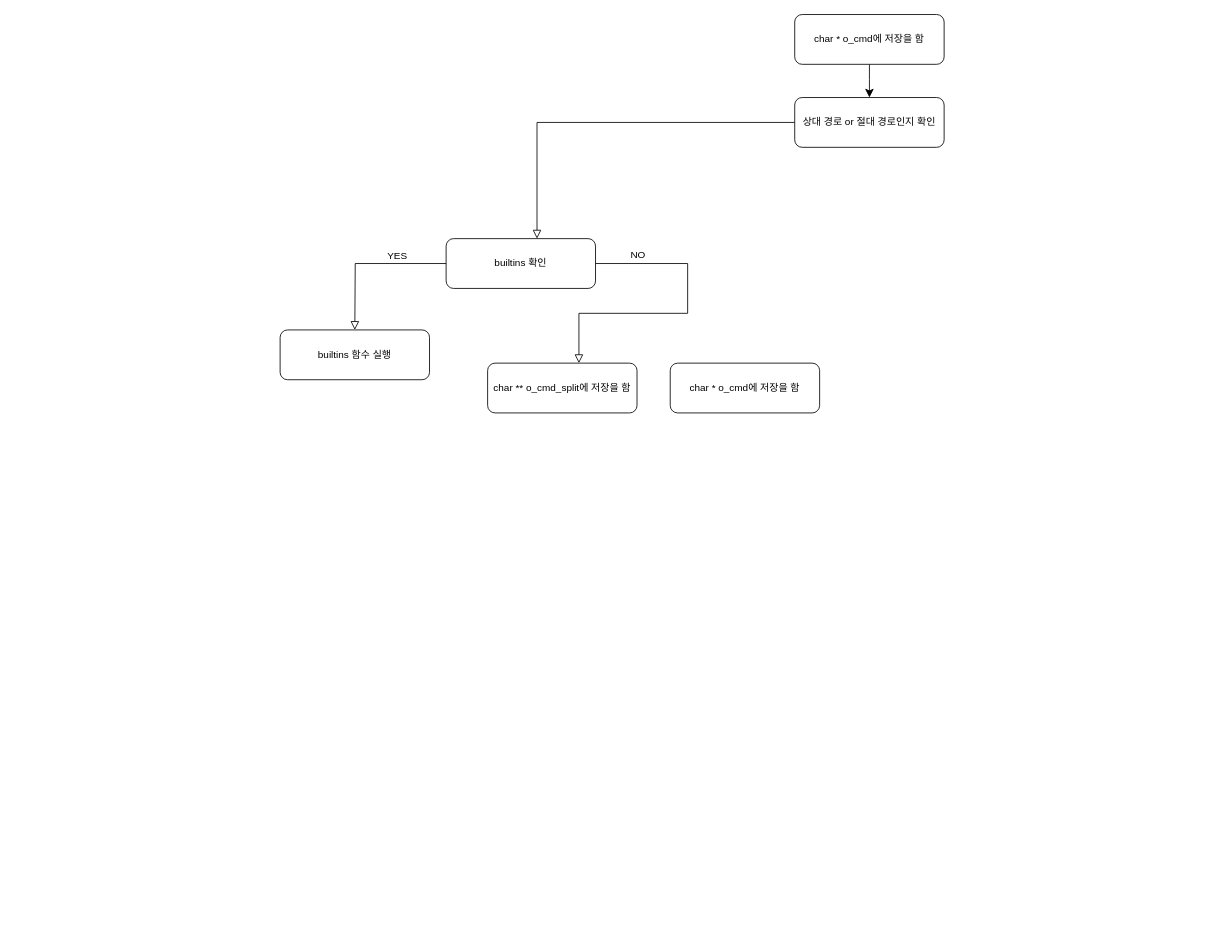
Above: Flowchart/Untitled Diagram.drawio in jae-mini-00/42 (draw.io), before the change. Source tidied: cells renumbered, new cells numbered last; positions are measured from the earlier drawing's top-left corner, leaving out a move shared by most shapes. Both pictures are drawn from the tidied source at 83%, with x=0, y=0 at pixel (280, 14).
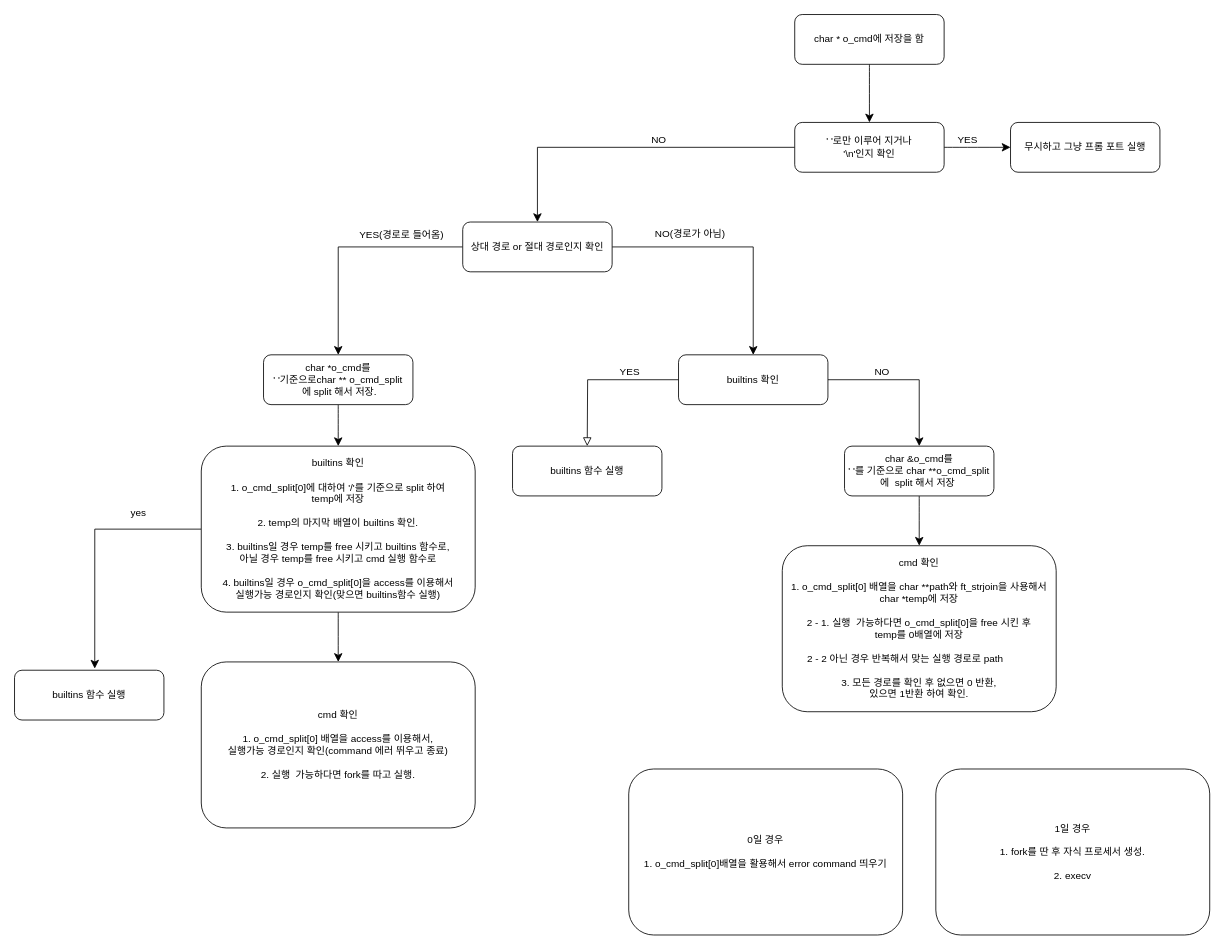
The same page after the edit.

Unchanged cells that the change refers to:
```xml
<mxCell id="3" value="char * o_cmd에 저장을 함" style="rounded=1;whiteSpace=wrap;html=1;fontSize=12;glass=0;strokeWidth=1;shadow=0;" parent="1" vertex="1">
  <mxGeometry x="620" width="180" height="60" as="geometry" />
</mxCell>
```

Diff of the diagram source:
```diff
@@
-    <mxCell id="2" style="edgeStyle=none;curved=1;rounded=0;jettySize=auto;html=1;fontSize=12;startSize=8;endSize=8;" parent="1" edge="1" source="3" target="13">
-      <mxGeometry relative="1" as="geometry" />
-    </mxCell>
+    <mxCell id="14" style="edgeStyle=none;curved=1;rounded=0;jettySize=auto;html=1;entryX=0.5;entryY=0;entryDx=0;entryDy=0;fontSize=12;startSize=8;endSize=8;" parent="1" edge="1" source="3" target="36">
+      <mxGeometry relative="1" as="geometry" />
+    </mxCell>
@@
-    <mxCell id="4" value="char ** o_cmd_split에 저장을 함" style="rounded=1;whiteSpace=wrap;html=1;fontSize=12;glass=0;strokeWidth=1;shadow=0;" parent="1" vertex="1">
-      <mxGeometry x="250" y="420" width="180" height="60" as="geometry" />
-    </mxCell>
-    <mxCell id="5" value="char * o_cmd에 저장을 함" style="rounded=1;whiteSpace=wrap;html=1;fontSize=12;glass=0;strokeWidth=1;shadow=0;" parent="1" vertex="1">
-      <mxGeometry x="470" y="420" width="180" height="60" as="geometry" />
-    </mxCell>
+    <mxCell id="15" style="edgeStyle=orthogonalEdgeStyle;rounded=0;jettySize=auto;html=1;fontSize=12;startSize=8;endSize=8;strokeColor=default;entryX=0.537;entryY=-0.033;entryDx=0;entryDy=0;entryPerimeter=0;" parent="1" edge="1" source="6" target="30">
+      <mxGeometry relative="1" as="geometry" />
+    </mxCell>
+    <mxCell id="16" value="yes" style="edgeLabel;html=1;align=center;verticalAlign=middle;fontSize=12;" parent="15" vertex="1">
+      <mxGeometry x="-0.48" relative="1" as="geometry">
+        <mxPoint y="-20" as="offset" />
+      </mxGeometry>
+    </mxCell>
+    <mxCell id="17" style="edgeStyle=none;curved=1;rounded=0;jettySize=auto;html=1;entryX=0.5;entryY=0;entryDx=0;entryDy=0;fontSize=12;startSize=8;endSize=8;" parent="1" edge="1" source="6" target="31">
+      <mxGeometry relative="1" as="geometry" />
+    </mxCell>
-    <mxCell id="6" value="builtins 확인" style="rounded=1;whiteSpace=wrap;html=1;fontSize=12;glass=0;strokeWidth=1;shadow=0;" parent="1" vertex="1">
-      <mxGeometry x="200" y="270" width="180" height="60" as="geometry" />
+    <mxCell id="6" value="&lt;div&gt;builtins 확인&lt;br&gt;&lt;/div&gt;&lt;div&gt;&lt;br&gt;&lt;/div&gt;1. o_cmd_split[0]에 대하여 '/'를 기준으로 split 하여&lt;div&gt;temp에 저장&lt;/div&gt;&lt;div&gt;&lt;br&gt;&lt;/div&gt;&lt;div&gt;2. temp의 마지막 배열이&amp;nbsp;&lt;span style=&quot;background-color: transparent;&quot;&gt;builtins 확인.&lt;/span&gt;&lt;/div&gt;&lt;div&gt;&lt;span style=&quot;background-color: transparent;&quot;&gt;&lt;br&gt;&lt;/span&gt;&lt;/div&gt;&lt;div&gt;&lt;span style=&quot;background-color: transparent;&quot;&gt;3.&amp;nbsp;&lt;/span&gt;&lt;span style=&quot;background-color: transparent;&quot;&gt;builtins일 경우 temp를 free 시키고&amp;nbsp;&lt;/span&gt;&lt;span style=&quot;background-color: transparent;&quot;&gt;builtins 함수로,&lt;/span&gt;&lt;/div&gt;&lt;div&gt;&lt;span style=&quot;background-color: transparent;&quot;&gt;&amp;nbsp;아닐 경우&amp;nbsp;&lt;/span&gt;&lt;span style=&quot;background-color: transparent;&quot;&gt;temp를 free 시키고&amp;nbsp;&lt;/span&gt;&lt;span style=&quot;background-color: transparent;&quot;&gt;cmd 실행 함수로&amp;nbsp;&lt;/span&gt;&lt;/div&gt;&lt;div&gt;&lt;span style=&quot;background-color: transparent;&quot;&gt;&lt;br&gt;&lt;/span&gt;&lt;/div&gt;&lt;div&gt;&lt;span style=&quot;background-color: transparent;&quot;&gt;4.&amp;nbsp;&lt;/span&gt;&lt;span style=&quot;background-color: transparent;&quot;&gt;builtins일 경우 o_cmd_split[0]을 access를&amp;nbsp;&lt;/span&gt;&lt;span style=&quot;background-color: transparent;&quot;&gt;이용해서&lt;/span&gt;&lt;/div&gt;&lt;div&gt;&lt;span style=&quot;background-color: transparent;&quot;&gt;실행가능 경로인지 확인(맞으면&amp;nbsp;&lt;/span&gt;&lt;span style=&quot;background-color: transparent;&quot;&gt;builtins함수 실행)&lt;/span&gt;&lt;/div&gt;" style="rounded=1;whiteSpace=wrap;html=1;fontSize=12;glass=0;strokeWidth=1;shadow=0;" parent="1" vertex="1">
+      <mxGeometry x="-95" y="520" width="330" height="200" as="geometry" />
     </mxCell>
-    <mxCell id="7" style="rounded=0;html=1;jettySize=auto;fontSize=11;endArrow=block;endFill=0;endSize=8;strokeWidth=1;shadow=0;labelBackgroundColor=none;edgeStyle=orthogonalEdgeStyle;exitX=0;exitY=0.5;exitDx=0;exitDy=0;" parent="1" edge="1" source="6">
-      <mxGeometry relative="1" as="geometry">
-        <mxPoint x="90" y="380" as="targetPoint" />
-      </mxGeometry>
-    </mxCell>
-    <mxCell id="8" value="YES" style="edgeLabel;html=1;align=center;verticalAlign=middle;fontSize=12;" parent="7" vertex="1">
-      <mxGeometry x="-0.37" relative="1" as="geometry">
-        <mxPoint y="-10" as="offset" />
-      </mxGeometry>
-    </mxCell>
-    <mxCell id="9" style="rounded=0;html=1;jettySize=auto;orthogonalLoop=1;fontSize=11;endArrow=block;endFill=0;endSize=8;strokeWidth=1;shadow=0;labelBackgroundColor=none;edgeStyle=orthogonalEdgeStyle;exitX=1;exitY=0.5;exitDx=0;exitDy=0;" parent="1" edge="1">
-      <mxGeometry relative="1" as="geometry">
-        <mxPoint x="380" y="300" as="sourcePoint" />
-        <mxPoint x="360" y="420" as="targetPoint" />
-        <Array as="points">
-          <mxPoint x="491" y="300" />
-          <mxPoint x="491" y="360" />
-          <mxPoint x="360" y="360" />
-        </Array>
-      </mxGeometry>
-    </mxCell>
-    <mxCell id="10" value="NO" style="edgeLabel;html=1;align=center;verticalAlign=middle;fontSize=12;" parent="9" vertex="1">
-      <mxGeometry x="-0.12" relative="1" as="geometry">
-        <mxPoint x="-61" y="-59" as="offset" />
-      </mxGeometry>
-    </mxCell>
-    <mxCell id="11" value="builtins 함수 실행" style="rounded=1;whiteSpace=wrap;html=1;fontSize=12;glass=0;strokeWidth=1;shadow=0;" parent="1" vertex="1">
-      <mxGeometry y="380" width="180" height="60" as="geometry" />
-    </mxCell>
-    <mxCell id="12" style="rounded=0;html=1;jettySize=auto;fontSize=11;endArrow=block;endFill=0;endSize=8;strokeWidth=1;shadow=0;labelBackgroundColor=none;edgeStyle=orthogonalEdgeStyle;entryX=0.5;entryY=0;entryDx=0;entryDy=0;exitX=0;exitY=0.5;exitDx=0;exitDy=0;" parent="1" edge="1" source="13">
-      <mxGeometry relative="1" as="geometry">
-        <mxPoint x="309.5" y="270" as="targetPoint" />
-        <Array as="points">
-          <mxPoint x="310" y="130" />
-        </Array>
-      </mxGeometry>
-    </mxCell>
+    <mxCell id="18" style="edgeStyle=orthogonalEdgeStyle;rounded=0;jettySize=auto;html=1;entryX=0.5;entryY=0;entryDx=0;entryDy=0;fontSize=12;startSize=8;endSize=8;" parent="1" edge="1" source="13" target="29">
+      <mxGeometry relative="1" as="geometry" />
+    </mxCell>
+    <mxCell id="19" style="edgeStyle=orthogonalEdgeStyle;rounded=0;jettySize=auto;html=1;entryX=0.5;entryY=0;entryDx=0;entryDy=0;fontSize=12;startSize=8;endSize=8;" parent="1" edge="1" source="13" target="24">
+      <mxGeometry relative="1" as="geometry" />
+    </mxCell>
     <mxCell id="13" value="상대 경로 or 절대 경로인지 확인" style="rounded=1;whiteSpace=wrap;html=1;fontSize=12;glass=0;strokeWidth=1;shadow=0;" parent="1" vertex="1">
-      <mxGeometry x="620" y="100" width="180" height="60" as="geometry" />
+      <mxGeometry x="220" y="250" width="180" height="60" as="geometry" />
     </mxCell>
+    <mxCell id="20" value="YES(경로로 들어옴)" style="edgeLabel;html=1;align=center;verticalAlign=middle;fontSize=12;" parent="1" vertex="1">
+      <mxGeometry x="-140" y="450" as="geometry">
+        <mxPoint x="285" y="-185" as="offset" />
+      </mxGeometry>
+    </mxCell>
+    <mxCell id="21" value="&lt;span style=&quot;color: rgb(0, 0, 0); font-family: Helvetica; font-size: 12px; font-style: normal; font-variant-ligatures: normal; font-variant-caps: normal; font-weight: 400; letter-spacing: normal; orphans: 2; text-align: center; text-indent: 0px; text-transform: none; widows: 2; word-spacing: 0px; -webkit-text-stroke-width: 0px; white-space: nowrap; background-color: rgb(255, 255, 255); text-decoration-thickness: initial; text-decoration-style: initial; text-decoration-color: initial; display: inline !important; float: none;&quot;&gt;NO(경로가 아님)&lt;/span&gt;" style="text;whiteSpace=wrap;html=1;" parent="1" vertex="1">
+      <mxGeometry x="450" y="250" width="60" height="40" as="geometry" />
+    </mxCell>
+    <mxCell id="22" style="edgeStyle=orthogonalEdgeStyle;rounded=0;jettySize=auto;html=1;fontSize=12;startSize=8;endSize=8;entryX=0.5;entryY=0;entryDx=0;entryDy=0;" parent="1" edge="1" source="24" target="39">
+      <mxGeometry relative="1" as="geometry">
+        <Array as="points">
+          <mxPoint x="770" y="440" />
+        </Array>
+      </mxGeometry>
+    </mxCell>
+    <mxCell id="23" value="NO" style="edgeLabel;html=1;align=center;verticalAlign=middle;fontSize=12;" parent="22" vertex="1">
+      <mxGeometry x="-0.28" relative="1" as="geometry">
+        <mxPoint x="-4" y="-10" as="offset" />
+      </mxGeometry>
+    </mxCell>
+    <mxCell id="24" value="builtins 확인" style="rounded=1;whiteSpace=wrap;html=1;fontSize=12;glass=0;strokeWidth=1;shadow=0;" parent="1" vertex="1">
+      <mxGeometry x="480" y="410" width="180" height="60" as="geometry" />
+    </mxCell>
+    <mxCell id="25" style="rounded=0;html=1;jettySize=auto;fontSize=11;endArrow=block;endFill=0;endSize=8;strokeWidth=1;shadow=0;labelBackgroundColor=none;edgeStyle=orthogonalEdgeStyle;exitX=0;exitY=0.5;exitDx=0;exitDy=0;" parent="1" edge="1" source="24">
+      <mxGeometry relative="1" as="geometry">
+        <mxPoint x="370" y="520" as="targetPoint" />
+      </mxGeometry>
+    </mxCell>
+    <mxCell id="26" value="YES" style="edgeLabel;html=1;align=center;verticalAlign=middle;fontSize=12;" parent="25" vertex="1">
+      <mxGeometry x="-0.37" relative="1" as="geometry">
+        <mxPoint y="-10" as="offset" />
+      </mxGeometry>
+    </mxCell>
+    <mxCell id="27" value="builtins 함수 실행" style="rounded=1;whiteSpace=wrap;html=1;fontSize=12;glass=0;strokeWidth=1;shadow=0;" parent="1" vertex="1">
+      <mxGeometry x="280" y="520" width="180" height="60" as="geometry" />
+    </mxCell>
+    <mxCell id="28" style="edgeStyle=none;curved=1;rounded=0;jettySize=auto;html=1;entryX=0.5;entryY=0;entryDx=0;entryDy=0;fontSize=12;startSize=8;endSize=8;" parent="1" edge="1" source="29" target="6">
+      <mxGeometry relative="1" as="geometry" />
+    </mxCell>
+    <mxCell id="29" value="&lt;div&gt;char *o_cmd를&lt;/div&gt;' '기준으로char ** o_cmd_split&lt;div&gt;&amp;nbsp;에 split 해서 저장.&lt;/div&gt;" style="rounded=1;whiteSpace=wrap;html=1;fontSize=12;glass=0;strokeWidth=1;shadow=0;" parent="1" vertex="1">
+      <mxGeometry x="-20" y="410" width="180" height="60" as="geometry" />
+    </mxCell>
+    <mxCell id="30" value="builtins 함수 실행" style="rounded=1;whiteSpace=wrap;html=1;fontSize=12;glass=0;strokeWidth=1;shadow=0;" parent="1" vertex="1">
+      <mxGeometry x="-320" y="790" width="180" height="60" as="geometry" />
+    </mxCell>
+    <mxCell id="31" value="&lt;div&gt;cmd 확인&lt;br&gt;&lt;/div&gt;&lt;div&gt;&lt;br&gt;&lt;/div&gt;1. o_cmd_split[0] 배열을 access를 이용해서,&lt;div&gt;실행가능 경로인지 확인(command 에러 뛰우고 종료)&lt;/div&gt;&lt;div&gt;&lt;br&gt;&lt;/div&gt;&lt;div&gt;2. 실행&amp;nbsp; 가능하다면 fork를 따고 실행.&lt;/div&gt;" style="rounded=1;whiteSpace=wrap;html=1;fontSize=12;glass=0;strokeWidth=1;shadow=0;" parent="1" vertex="1">
+      <mxGeometry x="-95" y="780" width="330" height="200" as="geometry" />
+    </mxCell>
+    <mxCell id="32" style="edgeStyle=orthogonalEdgeStyle;rounded=0;jettySize=auto;html=1;entryX=0.5;entryY=0;entryDx=0;entryDy=0;fontSize=12;startSize=8;endSize=8;" parent="1" edge="1" source="36" target="13">
+      <mxGeometry relative="1" as="geometry" />
+    </mxCell>
+    <mxCell id="33" value="NO" style="edgeLabel;html=1;align=center;verticalAlign=middle;fontSize=12;" parent="32" vertex="1">
+      <mxGeometry x="-0.21" y="2" relative="1" as="geometry">
+        <mxPoint x="-7" y="-12" as="offset" />
+      </mxGeometry>
+    </mxCell>
+    <mxCell id="34" style="edgeStyle=none;curved=1;rounded=0;jettySize=auto;html=1;fontSize=12;startSize=8;endSize=8;" parent="1" edge="1" source="36" target="37">
+      <mxGeometry relative="1" as="geometry" />
+    </mxCell>
+    <mxCell id="35" value="YES" style="edgeLabel;html=1;align=center;verticalAlign=middle;fontSize=12;" parent="34" vertex="1">
+      <mxGeometry x="-0.32" relative="1" as="geometry">
+        <mxPoint y="-10" as="offset" />
+      </mxGeometry>
+    </mxCell>
+    <mxCell id="36" value="' '로만 이루어 지거나&lt;div&gt;'\n'인지 확인&lt;/div&gt;" style="rounded=1;whiteSpace=wrap;html=1;fontSize=12;glass=0;strokeWidth=1;shadow=0;" parent="1" vertex="1">
+      <mxGeometry x="620" y="130" width="180" height="60" as="geometry" />
+    </mxCell>
+    <mxCell id="37" value="무시하고 그냥 프롬 포트 실행" style="rounded=1;whiteSpace=wrap;html=1;fontSize=12;glass=0;strokeWidth=1;shadow=0;" parent="1" vertex="1">
+      <mxGeometry x="880" y="130" width="180" height="60" as="geometry" />
+    </mxCell>
+    <mxCell id="38" style="edgeStyle=none;curved=1;rounded=0;jettySize=auto;html=1;entryX=0.5;entryY=0;entryDx=0;entryDy=0;fontSize=12;startSize=8;endSize=8;" parent="1" edge="1" source="39" target="40">
+      <mxGeometry relative="1" as="geometry" />
+    </mxCell>
+    <mxCell id="39" value="&lt;div&gt;char &amp;amp;o_cmd를&lt;/div&gt;' '를 기준으로 char **o_cmd_split&lt;div&gt;에&amp;nbsp; split 해서 저장&amp;nbsp;&lt;/div&gt;" style="rounded=1;whiteSpace=wrap;html=1;fontSize=12;glass=0;strokeWidth=1;shadow=0;" parent="1" vertex="1">
+      <mxGeometry x="680" y="520" width="180" height="60" as="geometry" />
+    </mxCell>
+    <mxCell id="40" value="&lt;div&gt;cmd 확인&lt;br&gt;&lt;/div&gt;&lt;div&gt;&lt;br&gt;&lt;/div&gt;1. o_cmd_split[0] 배열을 char **path와 ft_strjoin을 사용해서&lt;div&gt;&lt;span style=&quot;background-color: transparent;&quot;&gt;char *temp에 저장&lt;/span&gt;&lt;/div&gt;&lt;div&gt;&lt;br&gt;&lt;div&gt;&lt;div&gt;&lt;div&gt;2 - 1. 실행&amp;nbsp; 가능하다면 o_cmd_split[0]을 free 시킨 후&lt;/div&gt;&lt;/div&gt;&lt;/div&gt;&lt;/div&gt;&lt;div&gt;temp를 0배열에 저장&lt;/div&gt;&lt;div&gt;&lt;br&gt;&lt;/div&gt;&lt;div&gt;2 - 2 아닌 경우 반복해서 맞는 실행 경로로 path&amp;nbsp; &amp;nbsp; &amp;nbsp; &amp;nbsp; &amp;nbsp;&amp;nbsp;&lt;/div&gt;&lt;div&gt;&lt;br&gt;&lt;/div&gt;&lt;div&gt;3. 모든 경로를 확인 후 없으면 0 반환,&lt;/div&gt;&lt;div&gt;있으면 1반환 하여 확인.&lt;/div&gt;" style="rounded=1;whiteSpace=wrap;html=1;fontSize=12;glass=0;strokeWidth=1;shadow=0;" parent="1" vertex="1">
+      <mxGeometry x="605" y="640" width="330" height="200" as="geometry" />
+    </mxCell>
+    <mxCell id="41" value="&lt;div&gt;1일 경우&lt;br&gt;&lt;/div&gt;&lt;div&gt;&lt;br&gt;&lt;/div&gt;1. fork를 딴 후 자식 프로세서 생성.&lt;div&gt;&lt;br&gt;&lt;/div&gt;&lt;div&gt;2. execv&lt;/div&gt;" style="rounded=1;whiteSpace=wrap;html=1;fontSize=12;glass=0;strokeWidth=1;shadow=0;" parent="1" vertex="1">
+      <mxGeometry x="790" y="909" width="330" height="200" as="geometry" />
+    </mxCell>
+    <mxCell id="42" value="&lt;div&gt;0일 경우&lt;/div&gt;&lt;div&gt;&lt;br&gt;&lt;/div&gt;1. o_cmd_split[0]배열을 활용해서 error command 띄우기" style="rounded=1;whiteSpace=wrap;html=1;fontSize=12;glass=0;strokeWidth=1;shadow=0;" parent="1" vertex="1">
+      <mxGeometry x="420" y="909" width="330" height="200" as="geometry" />
+    </mxCell>
```
